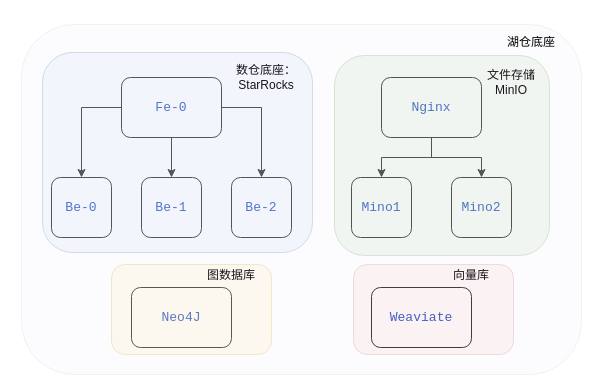
Before: 湖仓.drawio in david-gao1/diagrams, a draw.io diagram. Source tidied: cells renumbered, new cells numbered last; positions are measured from the earlier drawing's top-left corner, leaving out a move shared by most shapes. Both pictures are drawn from the tidied source at 100%, with x=0, y=0 at pixel (21, 24).
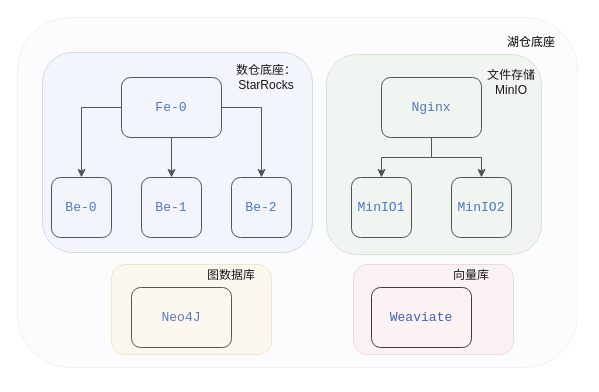
Above is the later version.

What changed in the source:
```diff
@@
-    <mxCell id="12" value="&lt;pre style=&quot;font-family: &amp;quot;JetBrains Mono&amp;quot;, monospace; font-size: 9.8pt;&quot;&gt;&lt;font color=&quot;#0033b3&quot;&gt;Mino1&lt;/font&gt;&lt;/pre&gt;" style="rounded=1;whiteSpace=wrap;html=1;" parent="1" vertex="1">
+    <mxCell id="12" value="&lt;pre style=&quot;font-family: &amp;quot;JetBrains Mono&amp;quot;, monospace; font-size: 9.8pt;&quot;&gt;&lt;font color=&quot;#0033b3&quot;&gt;MinIO1&lt;/font&gt;&lt;/pre&gt;" style="rounded=1;whiteSpace=wrap;html=1;" parent="1" vertex="1">
       <mxGeometry x="330" y="153" width="60" height="60" as="geometry" />
     </mxCell>
-    <mxCell id="13" value="&lt;pre style=&quot;font-family: &amp;quot;JetBrains Mono&amp;quot;, monospace; font-size: 9.8pt;&quot;&gt;&lt;font color=&quot;#0033b3&quot;&gt;Mino2&lt;/font&gt;&lt;/pre&gt;" style="rounded=1;whiteSpace=wrap;html=1;" parent="1" vertex="1">
+    <mxCell id="13" value="&lt;pre style=&quot;font-family: &amp;quot;JetBrains Mono&amp;quot;, monospace; font-size: 9.8pt;&quot;&gt;&lt;font color=&quot;#0033b3&quot;&gt;MinIO2&lt;/font&gt;&lt;/pre&gt;" style="rounded=1;whiteSpace=wrap;html=1;" parent="1" vertex="1">
       <mxGeometry x="430" y="153" width="60" height="60" as="geometry" />
     </mxCell>
@@
     <mxCell id="17" style="rounded=1;whiteSpace=wrap;html=1;opacity=30;fillColor=#d5e8d4;strokeColor=#82b366;" parent="1" vertex="1">
-      <mxGeometry x="313" y="31" width="215" height="200" as="geometry" />
+      <mxGeometry x="305" y="30" width="215" height="200" as="geometry" />
     </mxCell>
@@
     <mxCell id="24" style="rounded=1;whiteSpace=wrap;html=1;fillColor=#e1d5e7;strokeColor=#9673a6;opacity=10;" parent="1" vertex="1">
-      <mxGeometry width="560" height="350" as="geometry" />
+      <mxGeometry x="-4" y="-7" width="560" height="350" as="geometry" />
     </mxCell>
```
